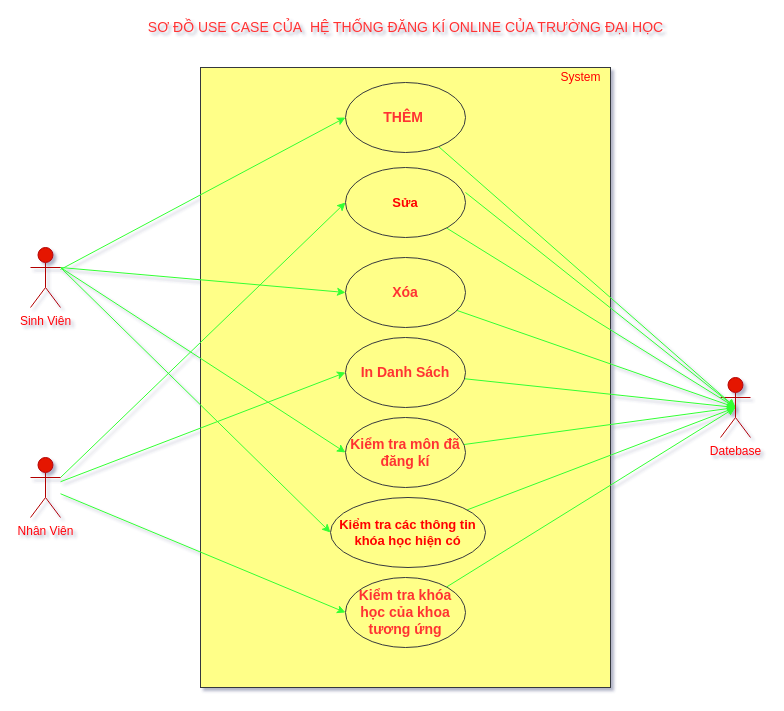
This is page "UC lap 1.1" (1 of 3) of src/lap1/baitaplap1.drawio from HuynhMinh02/CongNghePhanMem, a draw.io file, before an edit. Source tidied: cells renumbered, new cells numbered last; positions are measured from the earlier drawing's top-left corner, leaving out a move shared by most shapes. Both pictures are drawn from the tidied source at 100%, with x=0, y=0 at pixel (30, 17).
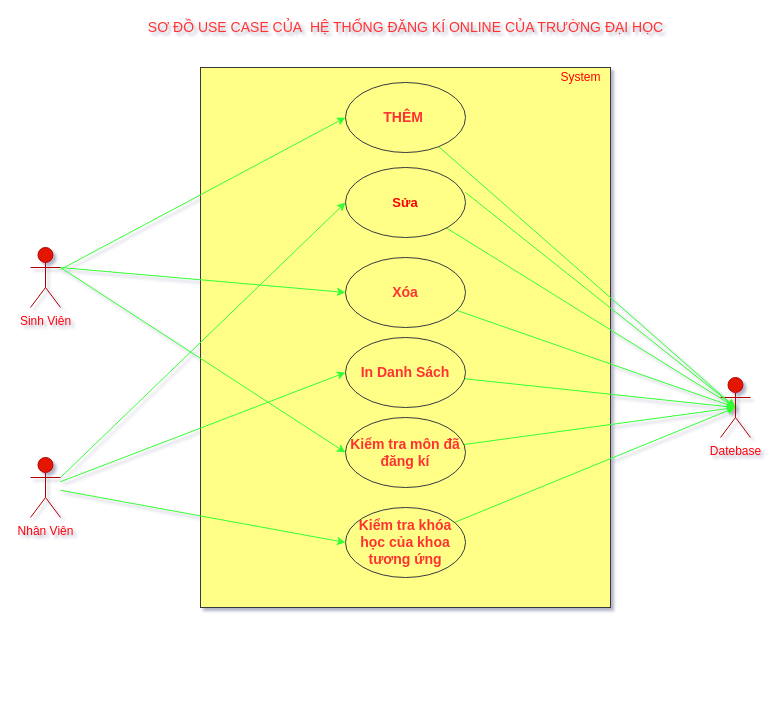
After the change.

The change refers to these unchanged cells:
```xml
<mxCell id="8" value="&lt;font color=&quot;#ff0000&quot;&gt;Sinh Viên&lt;/font&gt;" style="shape=umlActor;verticalLabelPosition=bottom;verticalAlign=top;html=1;fillColor=#e51400;fontColor=#ffffff;strokeColor=#B20000;" parent="1" vertex="1">
  <mxGeometry y="230" width="30" height="60" as="geometry" />
</mxCell>
<mxCell id="13" value="&lt;font color=&quot;#ff0000&quot;&gt;Datebase&lt;/font&gt;" style="shape=umlActor;verticalLabelPosition=bottom;verticalAlign=top;html=1;fillColor=#e51400;fontColor=#ffffff;strokeColor=#B20000;" parent="1" vertex="1">
  <mxGeometry x="690" y="360" width="30" height="60" as="geometry" />
</mxCell>
```

Change to the diagram source:
```diff
@@
     <mxCell id="2" style="whiteSpace=wrap;html=1;fillColor=#ffff88;strokeColor=#36393d;" parent="1" vertex="1">
-      <mxGeometry x="170" y="50" width="410" height="620" as="geometry" />
+      <mxGeometry x="170" y="50" width="410" height="540" as="geometry" />
     </mxCell>
@@
-    <mxCell id="6" style="edgeStyle=none;html=1;exitX=1;exitY=0.3333333333333333;exitDx=0;exitDy=0;exitPerimeter=0;entryX=0;entryY=0.5;entryDx=0;entryDy=0;fontColor=#FF0000;strokeColor=#33FF33;" parent="1" edge="1" source="8" target="27">
-      <mxGeometry relative="1" as="geometry" />
-    </mxCell>
@@
-    <mxCell id="26" style="edgeStyle=none;html=1;entryX=0.5;entryY=0.5;entryDx=0;entryDy=0;entryPerimeter=0;fontColor=#FF0000;strokeColor=#33FF33;" parent="1" edge="1" source="27" target="13">
-      <mxGeometry relative="1" as="geometry" />
-    </mxCell>
-    <mxCell id="27" value="&lt;b&gt;&lt;font color=&quot;#ff0000&quot;&gt;Kiểm tra các thông tin khóa học hiện có&lt;/font&gt;&lt;/b&gt;" style="ellipse;whiteSpace=wrap;html=1;fontSize=13;fillColor=#ffff88;strokeColor=#36393d;" parent="1" vertex="1">
-      <mxGeometry x="300" y="480" width="155" height="70" as="geometry" />
-    </mxCell>
@@
     <mxCell id="29" value="&lt;font color=&quot;#ff3333&quot;&gt;&lt;span style=&quot;font-size: 14px&quot;&gt;&lt;b&gt;Kiểm tra khóa học của khoa tương ứng&lt;/b&gt;&lt;/span&gt;&lt;/font&gt;" style="ellipse;whiteSpace=wrap;html=1;fontSize=13;fillColor=#ffff88;strokeColor=#36393d;" parent="1" vertex="1">
-      <mxGeometry x="315" y="560" width="120" height="70" as="geometry" />
+      <mxGeometry x="315" y="490" width="120" height="70" as="geometry" />
     </mxCell>
```
